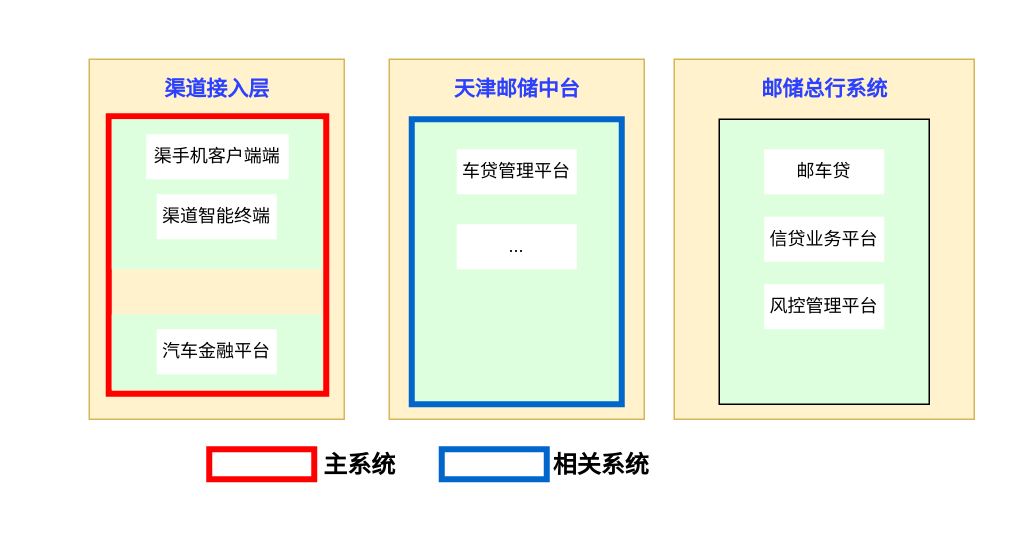
This is Untitled Diagram.drawio from gxhslcww/scala, a draw.io file, before an edit. Source tidied: cells renumbered, new cells numbered last; positions are measured from the earlier drawing's top-left corner, leaving out a move shared by most shapes. Both pictures are drawn from the tidied source at 150%, with x=0, y=0 at pixel (28, 28).
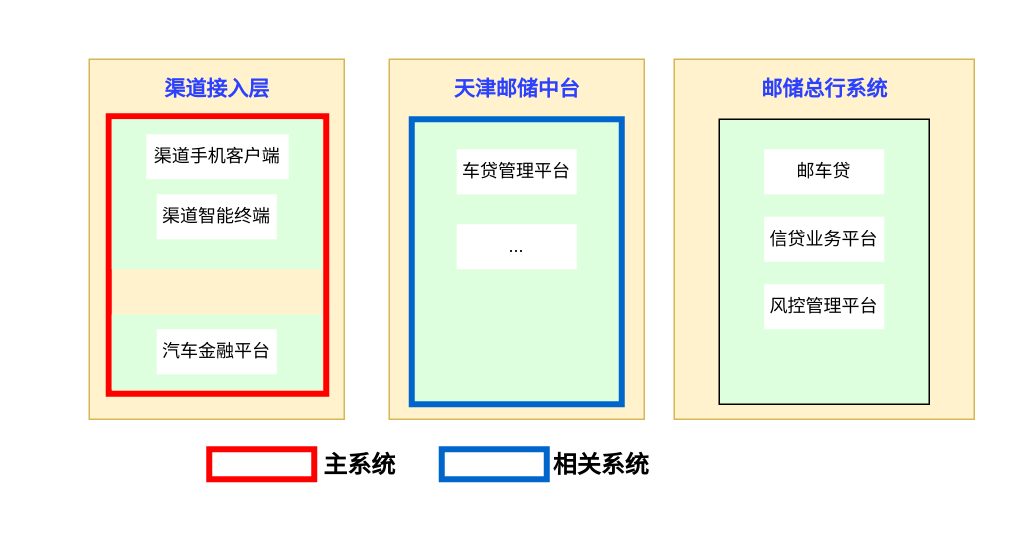
After the change.

Change to the diagram source:
```diff
@@
-    <mxCell id="9" value="渠手机客户端端" style="rounded=0;whiteSpace=wrap;html=1;strokeColor=none;" parent="1" vertex="1">
+    <mxCell id="9" value="渠道手机客户端" style="rounded=0;whiteSpace=wrap;html=1;strokeColor=none;" parent="1" vertex="1">
       <mxGeometry x="78" y="70" width="95" height="30" as="geometry" />
     </mxCell>
```
